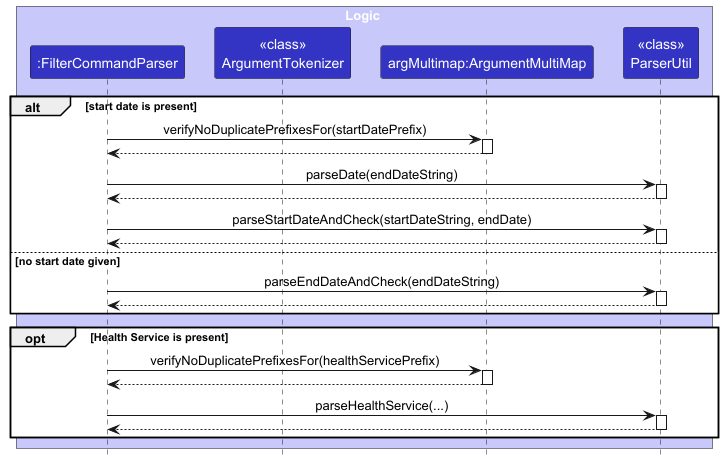
Above: docs/images/FilterParseFieldsSequenceDiagram.png in nus-cs2103-AY2425S1/tp (PlantUML), before the change. Its diagram source:
```plantuml
@startuml
!include style.puml
skinparam ArrowFontStyle plain

box Logic LOGIC_COLOR_T1
participant ":FilterCommandParser" as FilterCommandParser LOGIC_COLOR
participant "<<class>>\nArgumentTokenizer" as ArgumentTokenizer LOGIC_COLOR
participant "argMultimap:ArgumentMultiMap" as ArgumentMultiMap LOGIC_COLOR
participant "<<class>>\nParserUtil" as ParserUtil LOGIC_COLOR
end box

alt start date is present
    FilterCommandParser -> ArgumentMultiMap : verifyNoDuplicatePrefixesFor(startDatePrefix)
    activate ArgumentMultiMap

    ArgumentMultiMap --> FilterCommandParser
    deactivate ArgumentMultiMap

    FilterCommandParser -> ParserUtil : parseDate(endDateString)
    activate ParserUtil

    ParserUtil --> FilterCommandParser
    deactivate ParserUtil

    FilterCommandParser -> ParserUtil: parseStartDateAndCheck(startDateString, endDate)
    activate ParserUtil

    ParserUtil --> FilterCommandParser
    deactivate ParserUtil

else no start date given
    FilterCommandParser -> ParserUtil : parseEndDateAndCheck(endDateString)
    activate ParserUtil

    ParserUtil --> FilterCommandParser
    deactivate ParserUtil

end

opt Health Service is present
    FilterCommandParser -> ArgumentMultiMap : verifyNoDuplicatePrefixesFor(healthServicePrefix)
    activate ArgumentMultiMap

    ArgumentMultiMap --> FilterCommandParser
    deactivate ArgumentMultiMap

    FilterCommandParser -> ParserUtil : parseHealthService(...)
    activate ParserUtil

    ParserUtil --> FilterCommandParser
    deactivate ParserUtil

end

@enduml
```
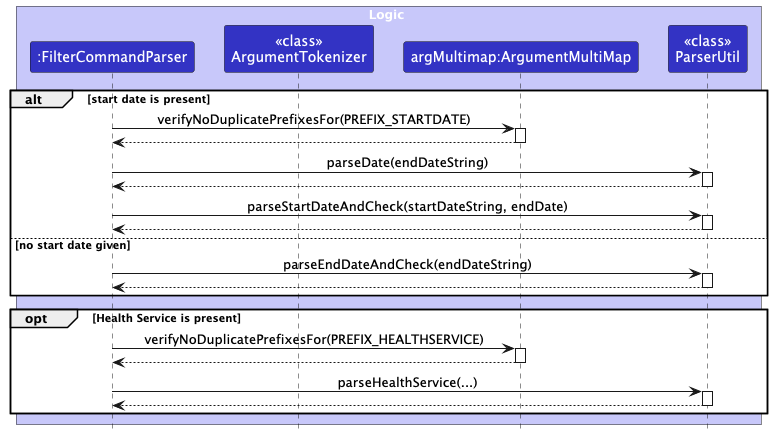
The same file after the commit.

What changed in the source:
```diff
@@ -10,7 +10,7 @@
 end box
 
 alt start date is present
-    FilterCommandParser -> ArgumentMultiMap : verifyNoDuplicatePrefixesFor(startDatePrefix)
+    FilterCommandParser -> ArgumentMultiMap : verifyNoDuplicatePrefixesFor(PREFIX_STARTDATE)
     activate ArgumentMultiMap
 
     ArgumentMultiMap --> FilterCommandParser
@@ -38,7 +38,7 @@
 end
 
 opt Health Service is present
-    FilterCommandParser -> ArgumentMultiMap : verifyNoDuplicatePrefixesFor(healthServicePrefix)
+    FilterCommandParser -> ArgumentMultiMap : verifyNoDuplicatePrefixesFor(PREFIX_HEALTHSERVICE)
     activate ArgumentMultiMap
 
     ArgumentMultiMap --> FilterCommandParser
```
